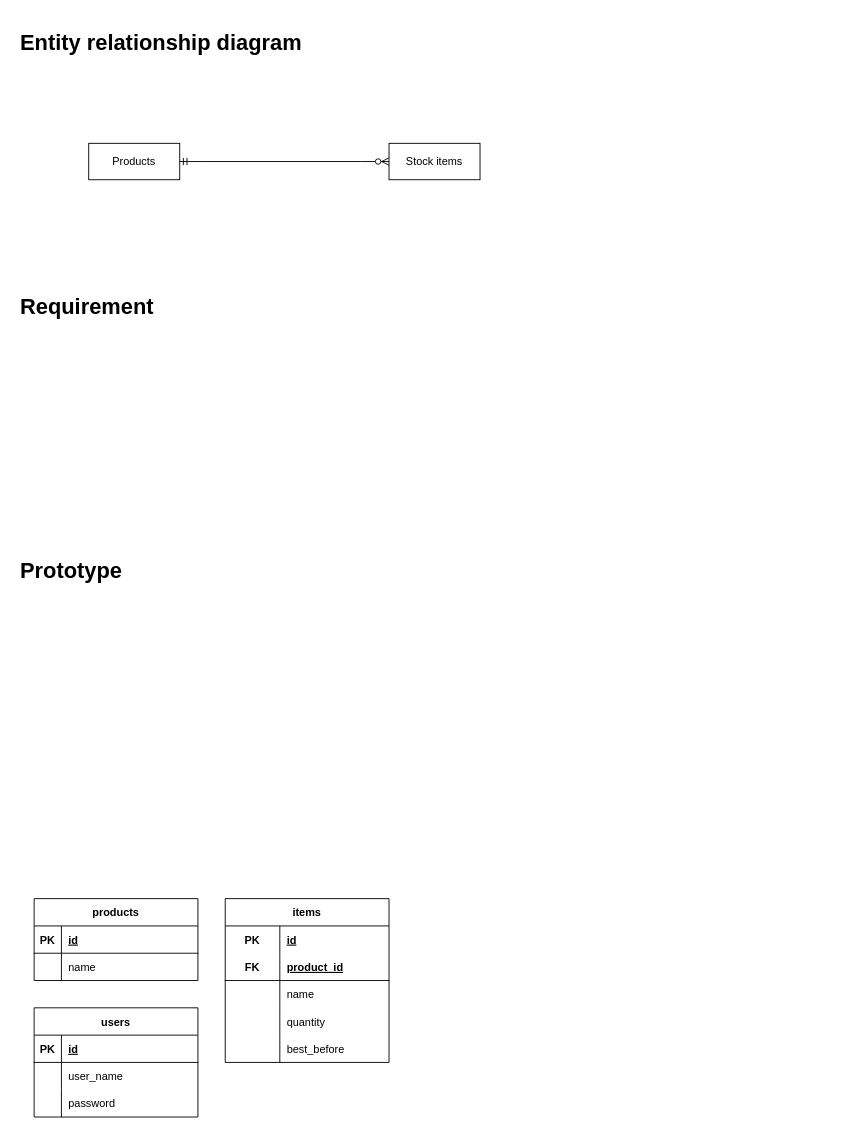
Earlier version of the draw.io diagram Untitled Diagram.drawio (HelloEchoCS/personal-vault). Source tidied: cells renumbered, new cells numbered last; positions are measured from the earlier drawing's top-left corner, leaving out a move shared by most shapes. Both pictures are drawn from the tidied source at 91%, with x=0, y=0 at pixel (15, 25).
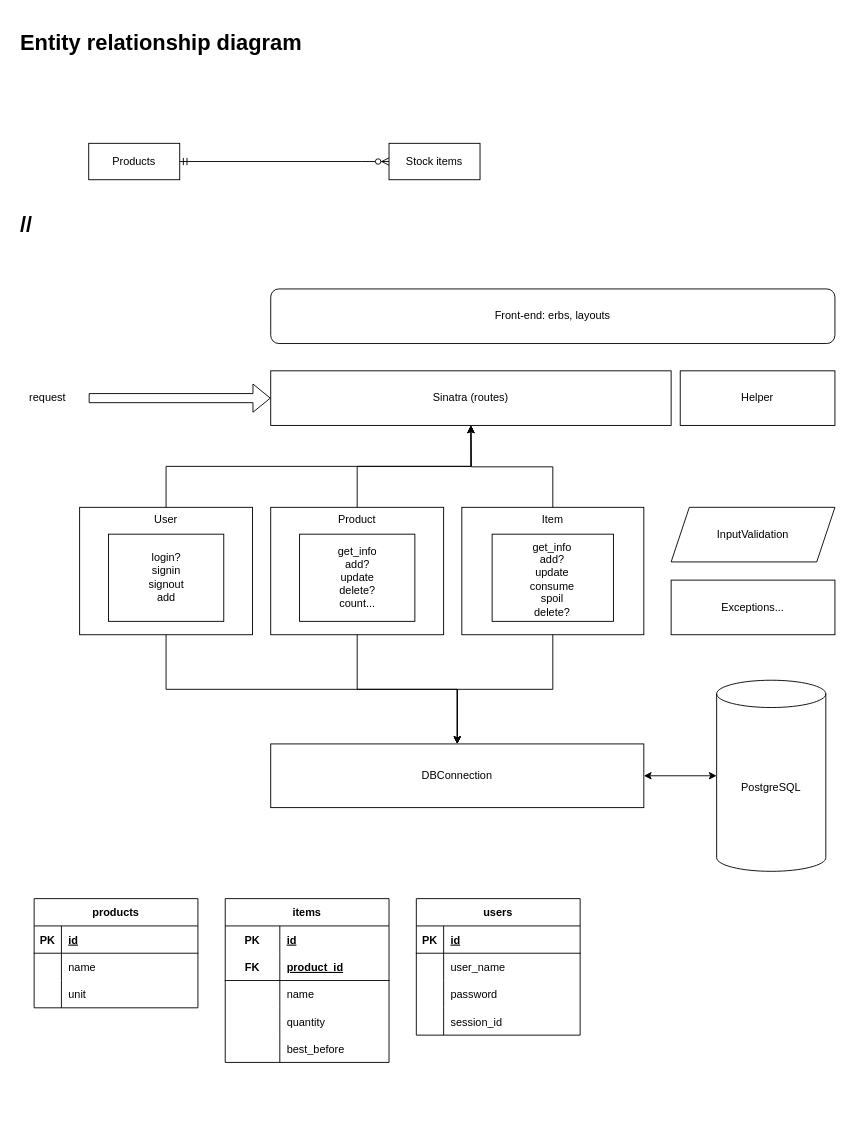
The same diagram, later.

The edit, as a diff of the source:
```diff
@@
-    <mxCell id="6" value="&lt;h1&gt;Requirement&lt;/h1&gt;" style="text;html=1;strokeColor=none;fillColor=none;spacing=5;spacingTop=-20;whiteSpace=wrap;overflow=hidden;rounded=0;" parent="1" vertex="1">
-      <mxGeometry y="290" width="330" height="40" as="geometry" />
-    </mxCell>
-    <mxCell id="7" value="&lt;h1&gt;Prototype&lt;/h1&gt;" style="text;html=1;strokeColor=none;fillColor=none;spacing=5;spacingTop=-20;whiteSpace=wrap;overflow=hidden;rounded=0;" parent="1" vertex="1">
-      <mxGeometry y="580" width="330" height="40" as="geometry" />
+    <mxCell id="7" value="&lt;h1&gt;//&lt;br&gt;&lt;/h1&gt;" style="text;html=1;strokeColor=none;fillColor=none;spacing=5;spacingTop=-20;whiteSpace=wrap;overflow=hidden;rounded=0;" parent="1" vertex="1">
+      <mxGeometry y="200" width="330" height="40" as="geometry" />
     </mxCell>
     <mxCell id="8" value="products" style="shape=table;startSize=30;childLayout=tableLayout;rowLines=0;fontStyle=1;align=center;" parent="1" vertex="1">
-      <mxGeometry x="20" y="960" width="180" height="90" as="geometry" />
+      <mxGeometry x="20" y="960" width="180" height="120" as="geometry" />
     </mxCell>
@@
+    <mxCell id="41" style="shape=tableRow;horizontal=0;startSize=0;swimlaneHead=0;swimlaneBody=0;fillColor=none;top=0;left=0;right=0;bottom=0;" parent="8" vertex="1">
+      <mxGeometry y="90" width="180" height="30" as="geometry" />
+    </mxCell>
+    <mxCell id="42" style="shape=partialRectangle;fillColor=none;top=0;left=0;bottom=0;right=0;overflow=hidden;" parent="41" vertex="1">
+      <mxGeometry width="30" height="30" as="geometry" />
+    </mxCell>
+    <mxCell id="43" value="unit" style="shape=partialRectangle;fillColor=none;top=0;left=0;bottom=0;right=0;align=left;spacingLeft=6;overflow=hidden;" parent="41" vertex="1">
+      <mxGeometry x="30" width="150" height="30" as="geometry" />
+    </mxCell>
@@
     <mxCell id="31" value="users" style="shape=table;startSize=30;childLayout=tableLayout;rowLines=0;fontStyle=1;align=center;" parent="1" vertex="1">
-      <mxGeometry x="20" y="1080" width="180" height="120" as="geometry" />
+      <mxGeometry x="440" y="960" width="180" height="150" as="geometry" />
     </mxCell>
@@
+    <mxCell id="44" style="shape=tableRow;horizontal=0;startSize=0;swimlaneHead=0;swimlaneBody=0;fillColor=none;top=0;left=0;right=0;bottom=0;" parent="31" vertex="1">
+      <mxGeometry y="120" width="180" height="30" as="geometry" />
+    </mxCell>
+    <mxCell id="45" style="shape=partialRectangle;fillColor=none;top=0;left=0;bottom=0;right=0;overflow=hidden;" parent="44" vertex="1">
+      <mxGeometry width="30" height="30" as="geometry" />
+    </mxCell>
+    <mxCell id="46" value="session_id" style="shape=partialRectangle;fillColor=none;top=0;left=0;bottom=0;right=0;align=left;spacingLeft=6;overflow=hidden;" parent="44" vertex="1">
+      <mxGeometry x="30" width="150" height="30" as="geometry" />
+    </mxCell>
+    <mxCell id="47" value="PostgreSQL" style="shape=cylinder3;whiteSpace=wrap;html=1;boundedLbl=1;backgroundOutline=1;size=15;" parent="1" vertex="1">
+      <mxGeometry x="770" y="720" width="120" height="210" as="geometry" />
+    </mxCell>
+    <mxCell id="48" value="Sinatra (routes)" style="rounded=0;whiteSpace=wrap;html=1;" parent="1" vertex="1">
+      <mxGeometry x="280" y="380" width="440" height="60" as="geometry" />
+    </mxCell>
+    <mxCell id="49" value="DBConnection" style="rounded=0;whiteSpace=wrap;html=1;fontFamily=Helvetica;fontSize=12;fontColor=default;align=center;strokeColor=default;fillColor=default;" parent="1" vertex="1">
+      <mxGeometry x="280" y="790" width="410" height="70" as="geometry" />
+    </mxCell>
+    <mxCell id="50" style="endArrow=classic;startArrow=classic;html=1;rounded=0;entryX=1;entryY=0.5;entryDx=0;entryDy=0;exitX=0;exitY=0.5;exitDx=0;exitDy=0;exitPerimeter=0;" parent="1" edge="1" source="47" target="49">
+      <mxGeometry relative="1" as="geometry" />
+    </mxCell>
+    <mxCell id="51" style="group;" parent="1" vertex="1">
+      <mxGeometry x="280" y="530" width="190" height="140" as="geometry" />
+    </mxCell>
+    <mxCell id="52" value="Product" style="rounded=0;whiteSpace=wrap;html=1;fontFamily=Helvetica;fontSize=12;fontColor=default;align=center;strokeColor=default;fillColor=default;verticalAlign=top;" parent="51" vertex="1">
+      <mxGeometry width="190" height="140" as="geometry" />
+    </mxCell>
+    <mxCell id="53" value="&lt;div&gt;get_info&lt;/div&gt;&lt;div&gt;add?&lt;br&gt;&lt;/div&gt;&lt;div&gt;update&lt;/div&gt;&lt;div&gt;delete?&lt;/div&gt;&lt;div&gt;count...&lt;br&gt;&lt;/div&gt;" style="rounded=0;whiteSpace=wrap;html=1;" parent="51" vertex="1">
+      <mxGeometry x="31.7" y="29.5" width="126.7" height="95.8" as="geometry" />
+    </mxCell>
+    <mxCell id="54" value="Front-end: erbs, layouts" style="rounded=1;whiteSpace=wrap;html=1;fontFamily=Helvetica;fontSize=12;fontColor=default;align=center;strokeColor=default;fillColor=default;" parent="1" vertex="1">
+      <mxGeometry x="280" y="290" width="620" height="60" as="geometry" />
+    </mxCell>
+    <mxCell id="55" value="Helper" style="rounded=0;whiteSpace=wrap;html=1;" parent="1" vertex="1">
+      <mxGeometry x="730" y="380" width="170" height="60" as="geometry" />
+    </mxCell>
+    <mxCell id="56" style="group;" parent="1" vertex="1">
+      <mxGeometry x="490" y="530" width="200" height="140" as="geometry" />
+    </mxCell>
+    <mxCell id="57" value="Item" style="rounded=0;whiteSpace=wrap;html=1;fontFamily=Helvetica;fontSize=12;fontColor=default;align=center;strokeColor=default;fillColor=default;verticalAlign=top;" parent="56" vertex="1">
+      <mxGeometry width="200" height="140" as="geometry" />
+    </mxCell>
+    <mxCell id="58" value="&lt;div&gt;&lt;br&gt;&lt;/div&gt;&lt;div&gt;get_info&lt;/div&gt;&lt;div&gt;add?&lt;br&gt;&lt;/div&gt;&lt;div&gt;update&lt;/div&gt;&lt;div&gt;consume&lt;/div&gt;&lt;div&gt;spoil&lt;/div&gt;&lt;div&gt;delete?&lt;br&gt;&lt;/div&gt;" style="rounded=0;whiteSpace=wrap;html=1;verticalAlign=bottom;" parent="56" vertex="1">
+      <mxGeometry x="33.3" y="29.5" width="133.3" height="95.8" as="geometry" />
+    </mxCell>
+    <mxCell id="59" style="shape=flexArrow;endArrow=classic;html=1;rounded=0;entryX=0;entryY=0.5;entryDx=0;entryDy=0;" parent="1" edge="1" target="48">
+      <mxGeometry relative="1" as="geometry">
+        <mxPoint x="80" y="410" as="sourcePoint" />
+      </mxGeometry>
+    </mxCell>
+    <mxCell id="60" value="request" style="text;html=1;strokeColor=none;fillColor=none;align=center;verticalAlign=middle;whiteSpace=wrap;rounded=0;" parent="1" vertex="1">
+      <mxGeometry x="5" y="395" width="60" height="30" as="geometry" />
+    </mxCell>
+    <mxCell id="61" style="group;" parent="1" vertex="1">
+      <mxGeometry x="70" y="530" width="190" height="140" as="geometry" />
+    </mxCell>
+    <mxCell id="62" value="User" style="rounded=0;whiteSpace=wrap;html=1;fontFamily=Helvetica;fontSize=12;fontColor=default;align=center;strokeColor=default;fillColor=default;verticalAlign=top;" parent="61" vertex="1">
+      <mxGeometry width="190" height="140" as="geometry" />
+    </mxCell>
+    <mxCell id="63" value="&lt;div&gt;login?&lt;/div&gt;&lt;div&gt;signin&lt;/div&gt;&lt;div&gt;signout&lt;/div&gt;&lt;div&gt;add&lt;br&gt;&lt;/div&gt;" style="rounded=0;whiteSpace=wrap;html=1;" parent="61" vertex="1">
+      <mxGeometry x="31.7" y="29.5" width="126.7" height="95.8" as="geometry" />
+    </mxCell>
+    <mxCell id="64" value="InputValidation" style="shape=parallelogram;perimeter=parallelogramPerimeter;whiteSpace=wrap;html=1;fixedSize=1;fontFamily=Helvetica;fontSize=12;fontColor=default;align=center;strokeColor=default;fillColor=default;" parent="1" vertex="1">
+      <mxGeometry x="720" y="530" width="180" height="60" as="geometry" />
+    </mxCell>
+    <mxCell id="65" value="Exceptions..." style="rounded=0;whiteSpace=wrap;html=1;" parent="1" vertex="1">
+      <mxGeometry x="720" y="610" width="180" height="60" as="geometry" />
+    </mxCell>
+    <mxCell id="66" style="edgeStyle=orthogonalEdgeStyle;rounded=0;jettySize=auto;html=1;exitX=0.5;exitY=0;exitDx=0;exitDy=0;entryX=0.5;entryY=1;entryDx=0;entryDy=0;" parent="1" edge="1" source="52" target="48">
+      <mxGeometry relative="1" as="geometry" />
+    </mxCell>
+    <mxCell id="67" style="edgeStyle=orthogonalEdgeStyle;rounded=0;jettySize=auto;html=1;exitX=0.5;exitY=0;exitDx=0;exitDy=0;" parent="1" edge="1" source="57">
+      <mxGeometry relative="1" as="geometry">
+        <mxPoint x="500" y="440" as="targetPoint" />
+      </mxGeometry>
+    </mxCell>
+    <mxCell id="68" style="edgeStyle=orthogonalEdgeStyle;rounded=0;jettySize=auto;html=1;exitX=0.5;exitY=0;exitDx=0;exitDy=0;entryX=0.5;entryY=1;entryDx=0;entryDy=0;" parent="1" edge="1" source="62" target="48">
+      <mxGeometry relative="1" as="geometry" />
+    </mxCell>
+    <mxCell id="69" style="edgeStyle=orthogonalEdgeStyle;rounded=0;jettySize=auto;html=1;exitX=0.5;exitY=1;exitDx=0;exitDy=0;entryX=0.5;entryY=0;entryDx=0;entryDy=0;" parent="1" edge="1" source="62" target="49">
+      <mxGeometry relative="1" as="geometry" />
+    </mxCell>
+    <mxCell id="70" style="edgeStyle=orthogonalEdgeStyle;rounded=0;jettySize=auto;html=1;exitX=0.5;exitY=1;exitDx=0;exitDy=0;entryX=0.5;entryY=0;entryDx=0;entryDy=0;" parent="1" edge="1" source="57" target="49">
+      <mxGeometry relative="1" as="geometry" />
+    </mxCell>
+    <mxCell id="71" style="edgeStyle=orthogonalEdgeStyle;rounded=0;jettySize=auto;html=1;exitX=0.5;exitY=1;exitDx=0;exitDy=0;entryX=0.5;entryY=0;entryDx=0;entryDy=0;" parent="1" edge="1" source="52" target="49">
+      <mxGeometry relative="1" as="geometry" />
+    </mxCell>
```
